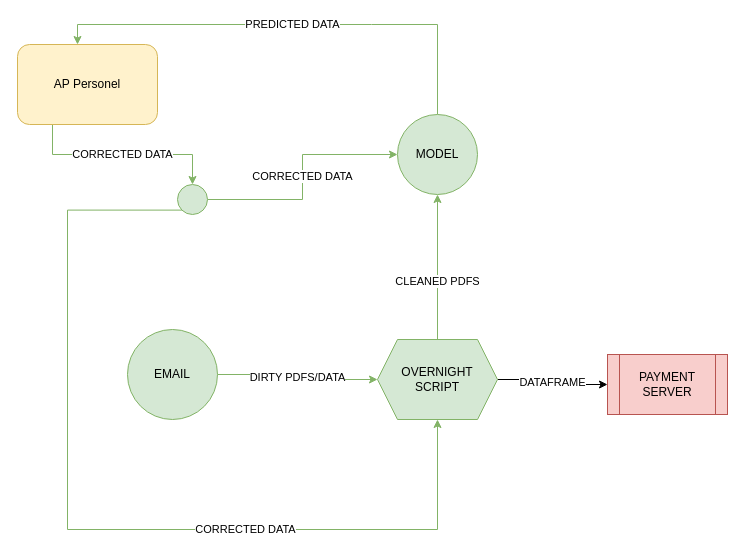
Before: diagram.drawio in gwwalkerGuard/InvoiceNet, a draw.io diagram. Source tidied: cells renumbered, new cells numbered last; positions are measured from the earlier drawing's top-left corner, leaving out a move shared by most shapes. Both pictures are drawn from the tidied source at 100%, with x=0, y=0 at pixel (17, 24).
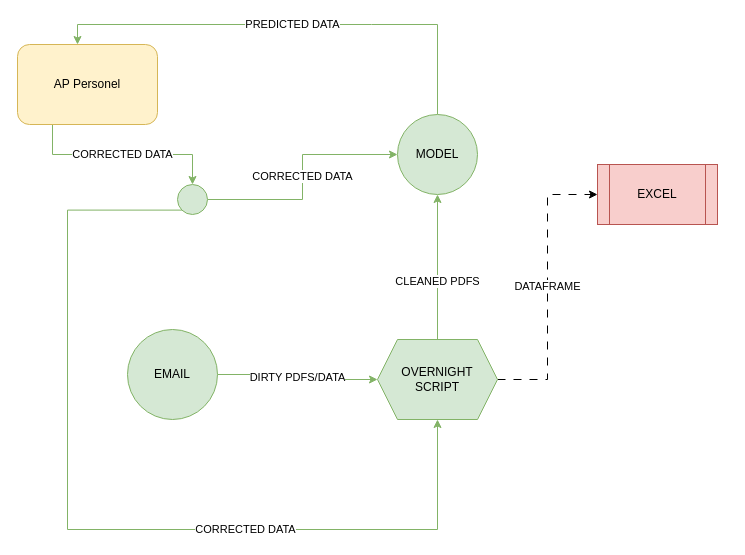
After the change.

The change refers to these unchanged cells:
```xml
<mxCell id="10" value="OVERNIGHT SCRIPT" style="shape=hexagon;perimeter=hexagonPerimeter2;whiteSpace=wrap;html=1;fixedSize=1;fillColor=#d5e8d4;strokeColor=#82b366;" parent="1" vertex="1">
  <mxGeometry x="360" y="315" width="120" height="80" as="geometry" />
</mxCell>
```

Diff of the diagram source:
```diff
@@
-    <mxCell id="9" value="DATAFRAME" style="edgeStyle=orthogonalEdgeStyle;rounded=0;jettySize=auto;html=1;exitX=1;exitY=0.5;exitDx=0;exitDy=0;entryX=0;entryY=0.5;entryDx=0;entryDy=0;strokeColor=default;" parent="1" edge="1" source="10" target="14">
+    <mxCell id="9" value="DATAFRAME" style="edgeStyle=orthogonalEdgeStyle;rounded=0;jettySize=auto;html=1;exitX=1;exitY=0.5;exitDx=0;exitDy=0;entryX=0;entryY=0.5;entryDx=0;entryDy=0;strokeColor=default;dashed=1;dashPattern=8 8;" parent="1" edge="1" source="10" target="14">
       <mxGeometry relative="1" as="geometry" />
     </mxCell>
@@
-    <mxCell id="14" value="PAYMENT SERVER" style="shape=process;whiteSpace=wrap;html=1;backgroundOutline=1;fillColor=#f8cecc;strokeColor=#b85450;" parent="1" vertex="1">
-      <mxGeometry x="590" y="330" width="120" height="60" as="geometry" />
+    <mxCell id="14" value="EXCEL" style="shape=process;whiteSpace=wrap;html=1;backgroundOutline=1;fillColor=#f8cecc;strokeColor=#b85450;" parent="1" vertex="1">
+      <mxGeometry x="580" y="140" width="120" height="60" as="geometry" />
     </mxCell>
```
